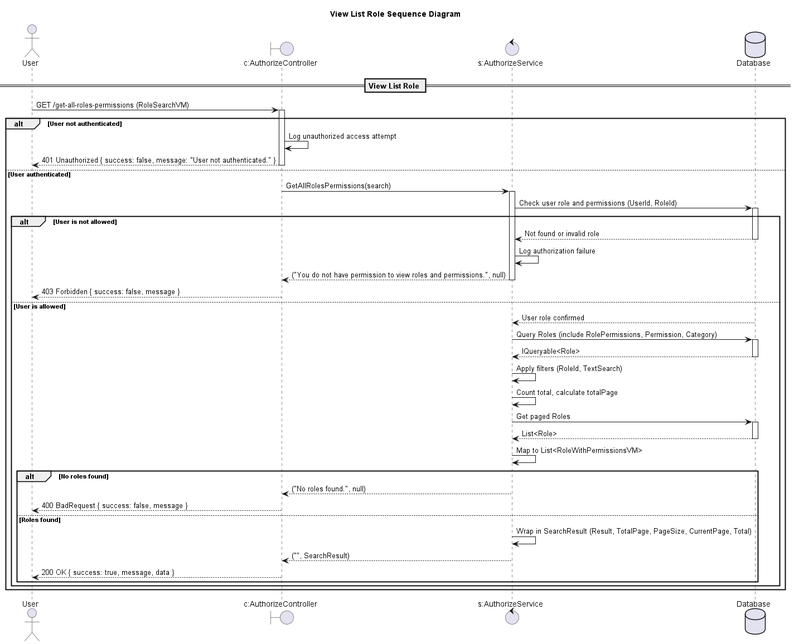
Before: design/out/viewlistrolesequencediagram/viewlistrolesequencediagram.png, a diagram exported from PlantUML (conghoan1211/AI-Kiosk-Testing-system).
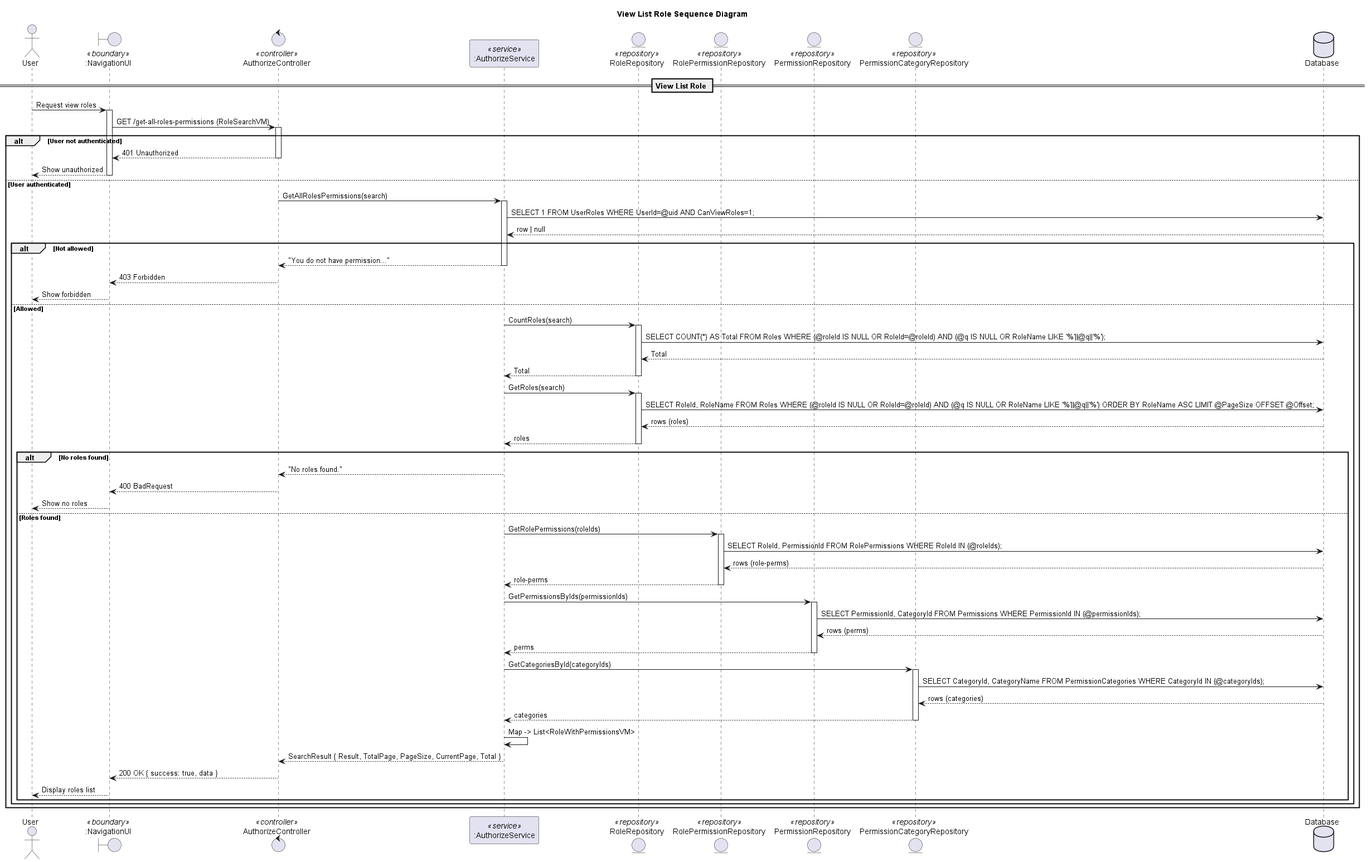
After the commit.

The edit, as a diff of the source:
```diff
@@ -1,63 +1,95 @@
 @startuml
-
 title View List Role Sequence Diagram
 
 actor "User" as Client
-boundary "c:AuthorizeController" as Controller
-control "s:AuthorizeService" as Service
+boundary ":NavigationUI" as UI <<boundary>>
+control "AuthorizeController" as Controller <<controller>>
+participant ":AuthorizeService" as Service <<service>>
+
+entity "RoleRepository" as RoleRepo <<repository>>
+entity "RolePermissionRepository" as RolePermRepo <<repository>>
+entity "PermissionRepository" as PermissionRepo <<repository>>
+entity "PermissionCategoryRepository" as PermissionCategoryRepo <<repository>>
+
 database "Database" as DB
 
 == View List Role ==
 
-Client -> Controller: GET /get-all-roles-permissions (RoleSearchVM)
+Client -> UI: Request view roles
+activate UI
+UI -> Controller: GET /get-all-roles-permissions (RoleSearchVM)
 activate Controller
 
 alt User not authenticated
-    Controller -> Controller: Log unauthorized access attempt
-    Controller --> Client: 401 Unauthorized { success: false, message: "User not authenticated." }
+  Controller --> UI: 401 Unauthorized
+  deactivate Controller
+  UI --> Client: Show unauthorized
+  deactivate UI
+else User authenticated
+  Controller -> Service: GetAllRolesPermissions(search)
+  activate Service
+
+  Service -> DB: SELECT 1 FROM UserRoles WHERE UserId=@uid AND CanViewRoles=1;
+  DB --> Service: row | null
+  alt Not allowed
+    Service --> Controller: "You do not have permission..."
+    deactivate Service
+    Controller --> UI: 403 Forbidden
     deactivate Controller
-else User authenticated
-    Controller -> Service: GetAllRolesPermissions(search)
-    activate Service
+    UI --> Client: Show forbidden
+    deactivate UI
+  else Allowed
+    Service -> RoleRepo: CountRoles(search)
+    activate RoleRepo
+    RoleRepo -> DB: SELECT COUNT(*) AS Total FROM Roles WHERE (@roleId IS NULL OR RoleId=@roleId) AND (@q IS NULL OR RoleName LIKE '%'||@q||'%');
+    DB --> RoleRepo: Total
+    RoleRepo --> Service: Total
+    deactivate RoleRepo
 
-    Service -> DB: Check user role and permissions (UserId, RoleId)
-    activate DB
-    alt User is not allowed
-        DB --> Service: Not found or invalid role
-        deactivate DB
-        Service -> Service: Log authorization failure
-        Service --> Controller: ("You do not have permission to view roles and permissions.", null)
-        deactivate Service
-        Controller --> Client: 403 Forbidden { success: false, message }
-        deactivate Controller
-    else User is allowed
-        DB --> Service: User role confirmed
-        deactivate DB
+    Service -> RoleRepo: GetRoles(search)
+    activate RoleRepo
+    RoleRepo -> DB: SELECT RoleId, RoleName FROM Roles WHERE (@roleId IS NULL OR RoleId=@roleId) AND (@q IS NULL OR RoleName LIKE '%'||@q||'%') ORDER BY RoleName ASC LIMIT @PageSize OFFSET @Offset;
+    DB --> RoleRepo: rows (roles)
+    RoleRepo --> Service: roles
+    deactivate RoleRepo
 
-        Service -> DB: Query Roles (include RolePermissions, Permission, Category)
-        activate DB
-        DB --> Service: IQueryable<Role>
-        deactivate DB
-        Service -> Service: Apply filters (RoleId, TextSearch)
-        Service -> Service: Count total, calculate totalPage
-        Service -> DB: Get paged Roles
-        activate DB
-        DB --> Service: List<Role>
-        deactivate DB
-        Service -> Service: Map to List<RoleWithPermissionsVM>
-        alt No roles found
-            Service --> Controller: ("No roles found.", null)
-            deactivate Service
-            Controller --> Client: 400 BadRequest { success: false, message }
-            deactivate Controller
-        else Roles found
-            Service -> Service: Wrap in SearchResult (Result, TotalPage, PageSize, CurrentPage, Total)
-            Service --> Controller: ("", SearchResult)
-            deactivate Service
-            Controller --> Client: 200 OK { success: true, message, data }
-            deactivate Controller
-        end alt
+    alt No roles found
+      Service --> Controller: "No roles found."
+      deactivate Service
+      Controller --> UI: 400 BadRequest
+      deactivate Controller
+      UI --> Client: Show no roles
+      deactivate UI
+    else Roles found
+      Service -> RolePermRepo: GetRolePermissions(roleIds)
+      activate RolePermRepo
+      RolePermRepo -> DB: SELECT RoleId, PermissionId FROM RolePermissions WHERE RoleId IN (@roleIds);
+      DB --> RolePermRepo: rows (role-perms)
+      RolePermRepo --> Service: role-perms
+      deactivate RolePermRepo
+
+      Service -> PermissionRepo: GetPermissionsByIds(permissionIds)
+      activate PermissionRepo
+      PermissionRepo -> DB: SELECT PermissionId, CategoryId FROM Permissions WHERE PermissionId IN (@permissionIds);
+      DB --> PermissionRepo: rows (perms)
+      PermissionRepo --> Service: perms
+      deactivate PermissionRepo
+
+      Service -> PermissionCategoryRepo: GetCategoriesById(categoryIds)
+      activate PermissionCategoryRepo
+      PermissionCategoryRepo -> DB: SELECT CategoryId, CategoryName FROM PermissionCategories WHERE CategoryId IN (@categoryIds);
+      DB --> PermissionCategoryRepo: rows (categories)
+      PermissionCategoryRepo --> Service: categories
+      deactivate PermissionCategoryRepo
+
+      Service -> Service: Map -> List<RoleWithPermissionsVM>
+      Service --> Controller: SearchResult { Result, TotalPage, PageSize, CurrentPage, Total }
+      deactivate Service
+      Controller --> UI: 200 OK { success: true, data }
+      deactivate Controller
+      UI --> Client: Display roles list
+      deactivate UI
     end alt
+  end alt
 end alt
-
 @enduml
```
